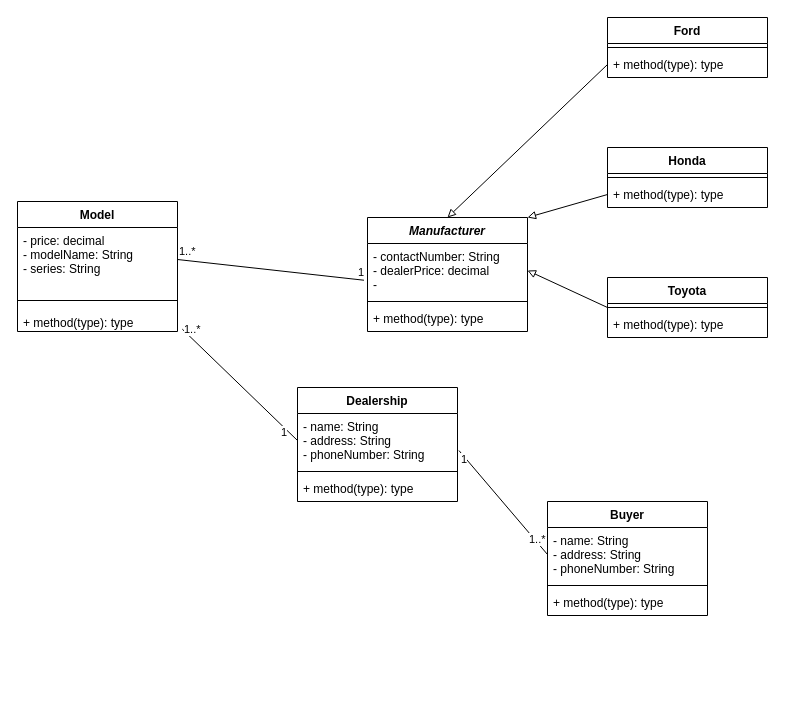
Earlier version of the draw.io diagram week1/UML Class Diagram 2.drawio (Darren-ODonnell/BusinessModellingDiagrams). Source tidied: cells renumbered, new cells numbered last; positions are measured from the earlier drawing's top-left corner, leaving out a move shared by most shapes. Both pictures are drawn from the tidied source at 100%, with x=0, y=0 at pixel (17, 17).
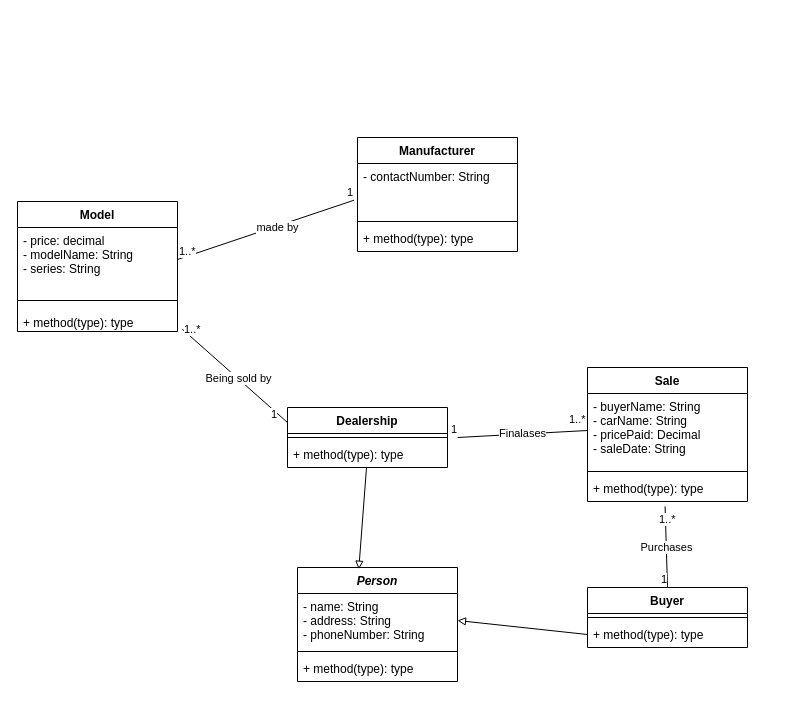
Above is the later version.

The change refers to these unchanged cells:
```xml
<mxCell id="26" style="endArrow=none;html=1;rounded=0;entryX=-0.022;entryY=0.68;entryDx=0;entryDy=0;entryPerimeter=0;exitX=1;exitY=0.5;exitDx=0;exitDy=0;" parent="1" edge="1" source="30" target="3">
  <mxGeometry relative="1" as="geometry" />
</mxCell>
<mxCell id="32" value="+ method(type): type" style="text;strokeColor=none;fillColor=none;align=left;verticalAlign=top;spacingLeft=4;spacingRight=4;overflow=hidden;points=[[0,0.5],[1,0.5]];portConstraint=eastwest;" parent="29" vertex="1">
  <mxGeometry y="108" width="160" height="22" as="geometry" />
</mxCell>
```

Diff of the diagram source:
```diff
@@
-    <mxCell id="2" value="Manufacturer" style="swimlane;fontStyle=3;align=center;verticalAlign=top;horizontal=1;startSize=26;" parent="1" vertex="1">
-      <mxGeometry x="350" y="200" width="160" height="114" as="geometry" />
+    <mxCell id="2" value="Manufacturer" style="swimlane;fontStyle=1;align=center;verticalAlign=top;horizontal=1;startSize=26;" parent="1" vertex="1">
+      <mxGeometry x="340" y="120" width="160" height="114" as="geometry" />
     </mxCell>
-    <mxCell id="3" value="- contactNumber: String&#10;- dealerPrice: decimal&#10;- " style="text;strokeColor=none;fillColor=none;align=left;verticalAlign=top;spacingLeft=4;spacingRight=4;overflow=hidden;points=[[0,0.5],[1,0.5]];portConstraint=eastwest;" parent="2" vertex="1">
+    <mxCell id="3" value="- contactNumber: String" style="text;strokeColor=none;fillColor=none;align=left;verticalAlign=top;spacingLeft=4;spacingRight=4;overflow=hidden;points=[[0,0.5],[1,0.5]];portConstraint=eastwest;" parent="2" vertex="1">
       <mxGeometry y="26" width="160" height="54" as="geometry" />
     </mxCell>
@@
-    <mxCell id="6" value="Honda" style="swimlane;fontStyle=1;align=center;verticalAlign=top;horizontal=1;startSize=26;" parent="1" vertex="1">
-      <mxGeometry x="590" y="130" width="160" height="60" as="geometry" />
-    </mxCell>
-    <mxCell id="7" style="line;strokeWidth=1;fillColor=none;align=left;verticalAlign=middle;spacingTop=-1;spacingLeft=3;spacingRight=3;labelPosition=right;" parent="6" vertex="1">
-      <mxGeometry y="26" width="160" height="8" as="geometry" />
-    </mxCell>
-    <mxCell id="8" value="+ method(type): type" style="text;strokeColor=none;fillColor=none;align=left;verticalAlign=top;spacingLeft=4;spacingRight=4;overflow=hidden;points=[[0,0.5],[1,0.5]];portConstraint=eastwest;" parent="6" vertex="1">
-      <mxGeometry y="34" width="160" height="26" as="geometry" />
-    </mxCell>
-    <mxCell id="9" value="Ford" style="swimlane;fontStyle=1;align=center;verticalAlign=top;horizontal=1;startSize=26;" parent="1" vertex="1">
-      <mxGeometry x="590" width="160" height="60" as="geometry" />
-    </mxCell>
-    <mxCell id="10" style="line;strokeWidth=1;fillColor=none;align=left;verticalAlign=middle;spacingTop=-1;spacingLeft=3;spacingRight=3;labelPosition=right;" parent="9" vertex="1">
-      <mxGeometry y="26" width="160" height="8" as="geometry" />
-    </mxCell>
-    <mxCell id="11" value="+ method(type): type" style="text;strokeColor=none;fillColor=none;align=left;verticalAlign=top;spacingLeft=4;spacingRight=4;overflow=hidden;points=[[0,0.5],[1,0.5]];portConstraint=eastwest;" parent="9" vertex="1">
-      <mxGeometry y="34" width="160" height="26" as="geometry" />
-    </mxCell>
-    <mxCell id="12" style="rounded=0;jettySize=auto;html=1;exitX=0;exitY=0.5;exitDx=0;exitDy=0;entryX=1;entryY=0.5;entryDx=0;entryDy=0;endArrow=block;endFill=0;" parent="1" edge="1" source="13" target="3">
-      <mxGeometry relative="1" as="geometry" />
-    </mxCell>
-    <mxCell id="13" value="Toyota" style="swimlane;fontStyle=1;align=center;verticalAlign=top;horizontal=1;startSize=26;" parent="1" vertex="1">
-      <mxGeometry x="590" y="260" width="160" height="60" as="geometry" />
-    </mxCell>
-    <mxCell id="14" style="line;strokeWidth=1;fillColor=none;align=left;verticalAlign=middle;spacingTop=-1;spacingLeft=3;spacingRight=3;labelPosition=right;" parent="13" vertex="1">
-      <mxGeometry y="26" width="160" height="8" as="geometry" />
-    </mxCell>
-    <mxCell id="15" value="+ method(type): type" style="text;strokeColor=none;fillColor=none;align=left;verticalAlign=top;spacingLeft=4;spacingRight=4;overflow=hidden;" parent="13" vertex="1">
-      <mxGeometry y="34" width="160" height="26" as="geometry" />
-    </mxCell>
-    <mxCell id="16" style="edgeStyle=none;rounded=0;jettySize=auto;html=1;exitX=0;exitY=0.5;exitDx=0;exitDy=0;entryX=1;entryY=0;entryDx=0;entryDy=0;endArrow=block;endFill=0;" parent="1" edge="1" source="8" target="2">
-      <mxGeometry relative="1" as="geometry" />
-    </mxCell>
-    <mxCell id="17" style="edgeStyle=none;rounded=0;jettySize=auto;html=1;exitX=0;exitY=0.5;exitDx=0;exitDy=0;entryX=0.5;entryY=0;entryDx=0;entryDy=0;endArrow=block;endFill=0;" parent="1" edge="1" source="11" target="2">
-      <mxGeometry relative="1" as="geometry" />
-    </mxCell>
     <mxCell id="18" value="Buyer" style="swimlane;fontStyle=1;align=center;verticalAlign=top;horizontal=1;startSize=26;" parent="1" vertex="1">
-      <mxGeometry x="530" y="484" width="160" height="114" as="geometry" />
+      <mxGeometry x="570" y="570" width="160" height="60" as="geometry" />
     </mxCell>
-    <mxCell id="19" value="- name: String&#10;- address: String&#10;- phoneNumber: String" style="text;strokeColor=none;fillColor=none;align=left;verticalAlign=top;spacingLeft=4;spacingRight=4;overflow=hidden;points=[[0,0.5],[1,0.5]];portConstraint=eastwest;" parent="18" vertex="1">
-      <mxGeometry y="26" width="160" height="54" as="geometry" />
-    </mxCell>
     <mxCell id="20" style="line;strokeWidth=1;fillColor=none;align=left;verticalAlign=middle;spacingTop=-1;spacingLeft=3;spacingRight=3;labelPosition=right;" parent="18" vertex="1">
-      <mxGeometry y="80" width="160" height="8" as="geometry" />
+      <mxGeometry y="26" width="160" height="8" as="geometry" />
     </mxCell>
     <mxCell id="21" value="+ method(type): type" style="text;strokeColor=none;fillColor=none;align=left;verticalAlign=top;spacingLeft=4;spacingRight=4;overflow=hidden;points=[[0,0.5],[1,0.5]];portConstraint=eastwest;" parent="18" vertex="1">
-      <mxGeometry y="88" width="160" height="26" as="geometry" />
+      <mxGeometry y="34" width="160" height="26" as="geometry" />
     </mxCell>
     <mxCell id="22" value="Dealership" style="swimlane;fontStyle=1;align=center;verticalAlign=top;horizontal=1;startSize=26;" parent="1" vertex="1">
-      <mxGeometry x="280" y="370" width="160" height="114" as="geometry" />
+      <mxGeometry x="270" y="390" width="160" height="60" as="geometry" />
     </mxCell>
-    <mxCell id="23" value="- name: String&#10;- address: String&#10;- phoneNumber: String" style="text;strokeColor=none;fillColor=none;align=left;verticalAlign=top;spacingLeft=4;spacingRight=4;overflow=hidden;points=[[0,0.5],[1,0.5]];portConstraint=eastwest;" parent="22" vertex="1">
-      <mxGeometry y="26" width="160" height="54" as="geometry" />
-    </mxCell>
     <mxCell id="24" style="line;strokeWidth=1;fillColor=none;align=left;verticalAlign=middle;spacingTop=-1;spacingLeft=3;spacingRight=3;labelPosition=right;" parent="22" vertex="1">
-      <mxGeometry y="80" width="160" height="8" as="geometry" />
+      <mxGeometry y="26" width="160" height="8" as="geometry" />
     </mxCell>
     <mxCell id="25" value="+ method(type): type" style="text;strokeColor=none;fillColor=none;align=left;verticalAlign=top;spacingLeft=4;spacingRight=4;overflow=hidden;points=[[0,0.5],[1,0.5]];portConstraint=eastwest;" parent="22" vertex="1">
-      <mxGeometry y="88" width="160" height="26" as="geometry" />
+      <mxGeometry y="34" width="160" height="26" as="geometry" />
     </mxCell>
@@
+    <mxCell id="39" value="made by" style="edgeLabel;html=1;align=center;verticalAlign=middle;" parent="26" vertex="1">
+      <mxGeometry x="0.14" y="-1" relative="1" as="geometry">
+        <mxPoint x="-1" as="offset" />
+      </mxGeometry>
+    </mxCell>
@@
-    <mxCell id="33" style="endArrow=none;html=1;rounded=0;entryX=0;entryY=0.5;entryDx=0;entryDy=0;exitX=1.03;exitY=0.893;exitDx=0;exitDy=0;exitPerimeter=0;" parent="1" edge="1" source="32" target="23">
+    <mxCell id="33" style="endArrow=none;html=1;rounded=0;entryX=0;entryY=0.25;entryDx=0;entryDy=0;exitX=1.03;exitY=0.893;exitDx=0;exitDy=0;exitPerimeter=0;" parent="1" edge="1" source="32" target="22">
       <mxGeometry relative="1" as="geometry" />
     </mxCell>
@@
-    <mxCell id="36" style="endArrow=none;html=1;rounded=0;entryX=1.009;entryY=0.686;entryDx=0;entryDy=0;entryPerimeter=0;exitX=0;exitY=0.5;exitDx=0;exitDy=0;" parent="1" edge="1" source="19" target="23">
-      <mxGeometry relative="1" as="geometry" />
-    </mxCell>
-    <mxCell id="37" value="1..*" style="edgeLabel;html=1;align=left;verticalAlign=bottom;" parent="36" vertex="1">
-      <mxGeometry x="-1" relative="1" as="geometry">
-        <mxPoint x="-20" y="-7" as="offset" />
-      </mxGeometry>
-    </mxCell>
-    <mxCell id="38" value="1" style="edgeLabel;html=1;align=right;verticalAlign=bottom;" parent="36" vertex="1">
-      <mxGeometry x="1" relative="1" as="geometry">
-        <mxPoint x="9" y="17" as="offset" />
-      </mxGeometry>
-    </mxCell>
+    <mxCell id="40" value="Being sold by" style="edgeLabel;html=1;align=center;verticalAlign=middle;" parent="33" vertex="1">
+      <mxGeometry x="0.26" relative="1" as="geometry">
+        <mxPoint x="-11" y="-10" as="offset" />
+      </mxGeometry>
+    </mxCell>
+    <mxCell id="41" value="Person" style="swimlane;fontStyle=3;align=center;verticalAlign=top;horizontal=1;startSize=26;" parent="1" vertex="1">
+      <mxGeometry x="280" y="550" width="160" height="114" as="geometry" />
+    </mxCell>
+    <mxCell id="42" value="- name: String&#10;- address: String&#10;- phoneNumber: String" style="text;strokeColor=none;fillColor=none;align=left;verticalAlign=top;spacingLeft=4;spacingRight=4;overflow=hidden;points=[[0,0.5],[1,0.5]];portConstraint=eastwest;" parent="41" vertex="1">
+      <mxGeometry y="26" width="160" height="54" as="geometry" />
+    </mxCell>
+    <mxCell id="43" style="line;strokeWidth=1;fillColor=none;align=left;verticalAlign=middle;spacingTop=-1;spacingLeft=3;spacingRight=3;labelPosition=right;" parent="41" vertex="1">
+      <mxGeometry y="80" width="160" height="8" as="geometry" />
+    </mxCell>
+    <mxCell id="44" value="+ method(type): type" style="text;strokeColor=none;fillColor=none;align=left;verticalAlign=top;spacingLeft=4;spacingRight=4;overflow=hidden;" parent="41" vertex="1">
+      <mxGeometry y="88" width="160" height="26" as="geometry" />
+    </mxCell>
+    <mxCell id="45" style="edgeStyle=none;rounded=0;jettySize=auto;html=1;entryX=0.383;entryY=0.015;entryDx=0;entryDy=0;endArrow=block;endFill=0;entryPerimeter=0;" parent="1" edge="1" source="25" target="41">
+      <mxGeometry relative="1" as="geometry" />
+    </mxCell>
+    <mxCell id="46" style="edgeStyle=none;rounded=0;jettySize=auto;html=1;entryX=1;entryY=0.5;entryDx=0;entryDy=0;endArrow=block;endFill=0;exitX=0;exitY=0.5;exitDx=0;exitDy=0;" parent="1" edge="1" source="21" target="42">
+      <mxGeometry relative="1" as="geometry" />
+    </mxCell>
+    <mxCell id="47" value="Sale" style="swimlane;fontStyle=1;align=center;verticalAlign=top;horizontal=1;startSize=26;" parent="1" vertex="1">
+      <mxGeometry x="570" y="350" width="160" height="134" as="geometry" />
+    </mxCell>
+    <mxCell id="48" value="- buyerName: String&#10;- carName: String&#10;- pricePaid: Decimal&#10;- saleDate: String" style="text;strokeColor=none;fillColor=none;align=left;verticalAlign=top;spacingLeft=4;spacingRight=4;overflow=hidden;points=[[0,0.5],[1,0.5]];portConstraint=eastwest;" parent="47" vertex="1">
+      <mxGeometry y="26" width="160" height="74" as="geometry" />
+    </mxCell>
+    <mxCell id="49" style="line;strokeWidth=1;fillColor=none;align=left;verticalAlign=middle;spacingTop=-1;spacingLeft=3;spacingRight=3;labelPosition=right;" parent="47" vertex="1">
+      <mxGeometry y="100" width="160" height="8" as="geometry" />
+    </mxCell>
+    <mxCell id="50" value="+ method(type): type" style="text;strokeColor=none;fillColor=none;align=left;verticalAlign=top;spacingLeft=4;spacingRight=4;overflow=hidden;points=[[0,0.5],[1,0.5]];portConstraint=eastwest;" parent="47" vertex="1">
+      <mxGeometry y="108" width="160" height="26" as="geometry" />
+    </mxCell>
+    <mxCell id="51" value="Purchases" style="endArrow=none;html=1;rounded=0;entryX=0.5;entryY=0;entryDx=0;entryDy=0;exitX=0.485;exitY=1.187;exitDx=0;exitDy=0;exitPerimeter=0;" parent="1" edge="1" source="50" target="18">
+      <mxGeometry relative="1" as="geometry" />
+    </mxCell>
+    <mxCell id="52" value="1..*" style="edgeLabel;html=1;align=left;verticalAlign=bottom;" parent="51" vertex="1">
+      <mxGeometry x="-1" relative="1" as="geometry">
+        <mxPoint x="-8" y="21" as="offset" />
+      </mxGeometry>
+    </mxCell>
+    <mxCell id="53" value="1" style="edgeLabel;html=1;align=right;verticalAlign=bottom;" parent="51" vertex="1">
+      <mxGeometry x="1" relative="1" as="geometry" />
+    </mxCell>
+    <mxCell id="54" value="Finalases" style="endArrow=none;html=1;rounded=0;entryX=1.063;entryY=-0.154;entryDx=0;entryDy=0;entryPerimeter=0;exitX=0;exitY=0.5;exitDx=0;exitDy=0;" parent="1" edge="1" source="48" target="25">
+      <mxGeometry relative="1" as="geometry" />
+    </mxCell>
+    <mxCell id="55" value="1..*" style="edgeLabel;html=1;align=left;verticalAlign=bottom;" parent="54" vertex="1">
+      <mxGeometry x="-1" relative="1" as="geometry">
+        <mxPoint x="-20" y="-3" as="offset" />
+      </mxGeometry>
+    </mxCell>
+    <mxCell id="56" value="1" style="edgeLabel;html=1;align=right;verticalAlign=bottom;" parent="54" vertex="1">
+      <mxGeometry x="1" relative="1" as="geometry" />
+    </mxCell>
```
